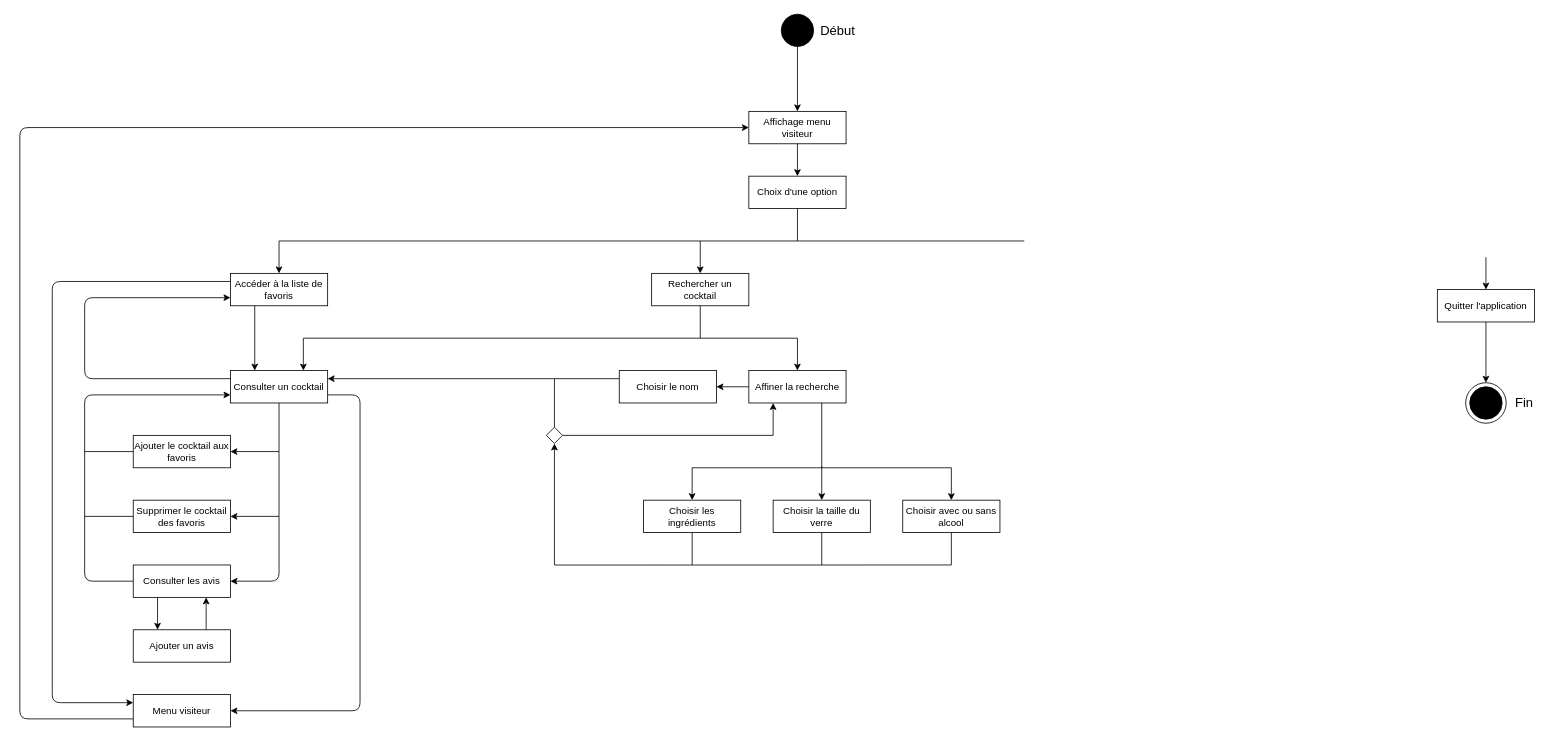
Above: Diagramme d'état du menu utilisateur régulier.drawio in wahib299/ProjetInfo2A (draw.io), before the change. Source tidied: cells renumbered, new cells numbered last; positions are measured from the earlier drawing's top-left corner, leaving out a move shared by most shapes. Both pictures are drawn from the tidied source at 81%, with x=0, y=0 at pixel (19, 14).
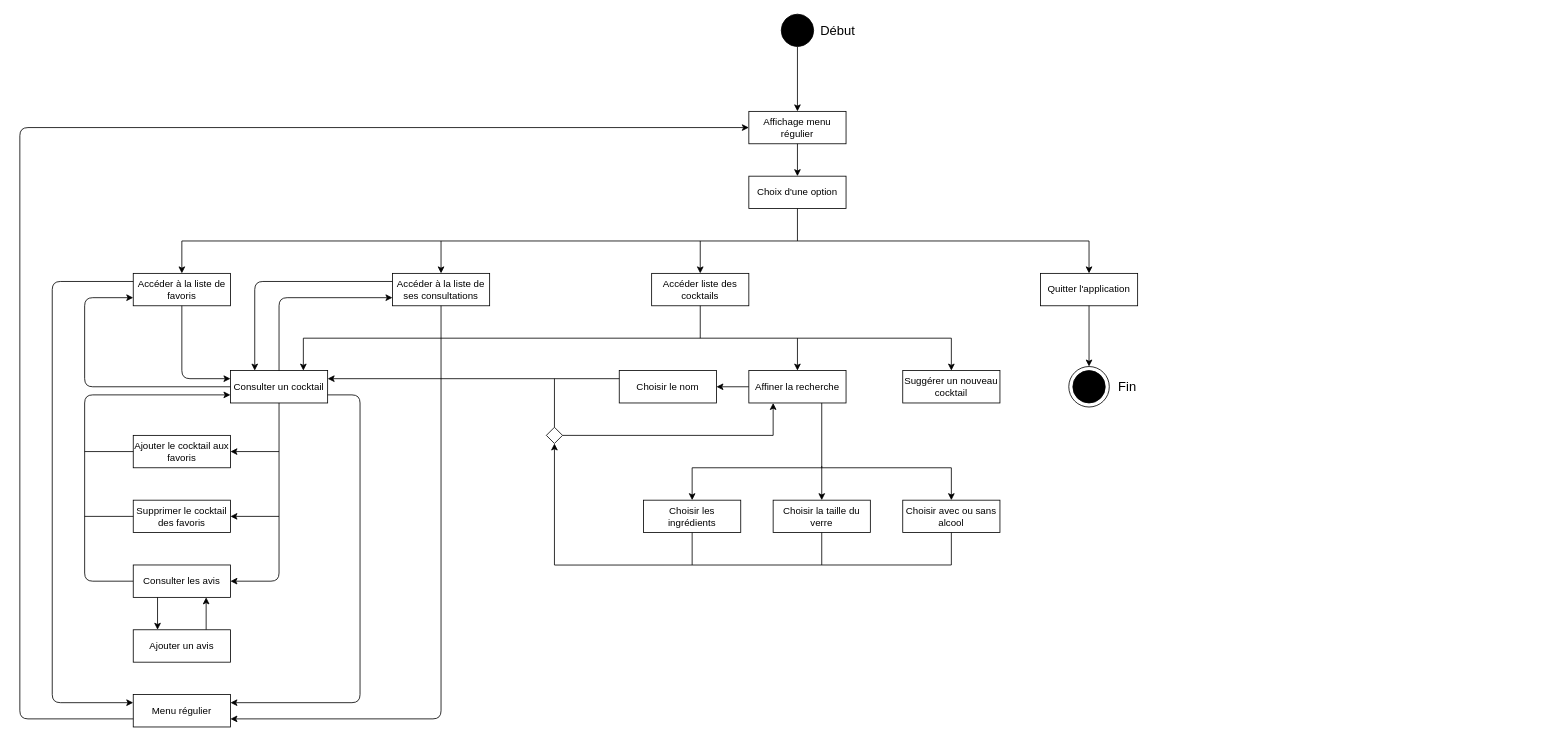
The same diagram, later.

The change refers to these unchanged cells:
```xml
<mxCell id="31" value="Consulter un cocktail" style="rounded=0;whiteSpace=wrap;html=1;fillColor=#FFFFFF;" parent="1" vertex="1">
  <mxGeometry x="260" y="440" width="120" height="40" as="geometry" />
</mxCell>
```

What changed in the source:
```diff
@@
-    <mxCell id="3" value="Affichage menu visiteur" style="rounded=0;whiteSpace=wrap;html=1;fillColor=#FFFFFF;" parent="1" vertex="1">
+    <mxCell id="3" value="Affichage menu régulier" style="rounded=0;whiteSpace=wrap;html=1;fillColor=#FFFFFF;" parent="1" vertex="1">
       <mxGeometry x="900" y="120" width="120" height="40" as="geometry" />
     </mxCell>
     <mxCell id="4" style="endArrow=none;html=1;" parent="1" edge="1">
       <mxGeometry relative="1" as="geometry">
-        <mxPoint x="320" y="280" as="sourcePoint" />
-        <mxPoint x="1240" y="280" as="targetPoint" />
+        <mxPoint x="200" y="280" as="sourcePoint" />
+        <mxPoint x="1320" y="280" as="targetPoint" />
       </mxGeometry>
     </mxCell>
@@
-    <mxCell id="6" value="Rechercher un cocktail" style="rounded=0;whiteSpace=wrap;html=1;fillColor=#FFFFFF;" parent="1" vertex="1">
+    <mxCell id="6" value="Accéder liste des cocktails" style="rounded=0;whiteSpace=wrap;html=1;fillColor=#FFFFFF;" parent="1" vertex="1">
       <mxGeometry x="780" y="320" width="120" height="40" as="geometry" />
     </mxCell>
@@
     <mxCell id="9" value="Quitter l'application" style="rounded=0;whiteSpace=wrap;html=1;fillColor=#FFFFFF;" parent="1" vertex="1">
-      <mxGeometry x="1750" y="340" width="120" height="40" as="geometry" />
+      <mxGeometry x="1260" y="320" width="120" height="40" as="geometry" />
     </mxCell>
     <mxCell id="10" style="endArrow=classic;html=1;entryX=0.5;entryY=0;entryDx=0;entryDy=0;" parent="1" edge="1" target="9">
       <mxGeometry relative="1" as="geometry">
-        <mxPoint x="1810" y="300" as="sourcePoint" />
+        <mxPoint x="1320" y="280" as="sourcePoint" />
       </mxGeometry>
     </mxCell>
     <mxCell id="11" style="ellipse;whiteSpace=wrap;html=1;fillColor=none;" parent="1" vertex="1">
-      <mxGeometry x="1785" y="455" width="50" height="50" as="geometry" />
+      <mxGeometry x="1295" y="435" width="50" height="50" as="geometry" />
     </mxCell>
     <mxCell id="12" style="ellipse;whiteSpace=wrap;html=1;fillColor=#000000;" parent="1" vertex="1">
-      <mxGeometry x="1790" y="460" width="40" height="40" as="geometry" />
+      <mxGeometry x="1300" y="440" width="40" height="40" as="geometry" />
     </mxCell>
@@
     <mxCell id="14" value="&lt;font style=&quot;font-size: 16px&quot;&gt;Fin&lt;/font&gt;" style="text;html=1;strokeColor=none;fillColor=none;align=center;verticalAlign=middle;whiteSpace=wrap;rounded=0;" parent="1" vertex="1">
-      <mxGeometry x="1835" y="470" width="45" height="20" as="geometry" />
+      <mxGeometry x="1345" y="450" width="45" height="20" as="geometry" />
     </mxCell>
@@
     <mxCell id="18" style="endArrow=none;html=1;" parent="1" edge="1">
       <mxGeometry relative="1" as="geometry">
         <mxPoint x="350" y="400" as="sourcePoint" />
-        <mxPoint x="960" y="400" as="targetPoint" />
+        <mxPoint x="1150" y="400" as="targetPoint" />
       </mxGeometry>
     </mxCell>
@@
-    <mxCell id="36" value="Menu visiteur" style="rounded=0;whiteSpace=wrap;html=1;fillColor=#FFFFFF;" parent="1" vertex="1">
+    <mxCell id="36" value="Menu régulier" style="rounded=0;whiteSpace=wrap;html=1;fillColor=#FFFFFF;" parent="1" vertex="1">
       <mxGeometry x="140" y="840" width="120" height="40" as="geometry" />
     </mxCell>
@@
     <mxCell id="46" value="Accéder à la liste de favoris" style="rounded=0;whiteSpace=wrap;html=1;fillColor=#FFFFFF;" parent="1" vertex="1">
-      <mxGeometry x="260" y="320" width="120" height="40" as="geometry" />
+      <mxGeometry x="140" y="320" width="120" height="40" as="geometry" />
     </mxCell>
@@
-    <mxCell id="51" style="endArrow=classic;html=1;entryX=0.25;entryY=0;entryDx=0;entryDy=0;exitX=0.25;exitY=1;exitDx=0;exitDy=0;" parent="1" edge="1" source="46" target="31">
-      <mxGeometry relative="1" as="geometry" />
+    <mxCell id="51" style="endArrow=classic;html=1;entryX=0;entryY=0.25;entryDx=0;entryDy=0;exitX=0.5;exitY=1;exitDx=0;exitDy=0;" parent="1" edge="1" source="46" target="31">
+      <mxGeometry relative="1" as="geometry">
+        <Array as="points">
+          <mxPoint x="200" y="450" />
+        </Array>
+      </mxGeometry>
     </mxCell>
-    <mxCell id="52" style="endArrow=classic;html=1;exitX=0;exitY=0.25;exitDx=0;exitDy=0;entryX=0;entryY=0.75;entryDx=0;entryDy=0;" parent="1" edge="1" source="31" target="46">
+    <mxCell id="52" style="endArrow=classic;html=1;exitX=0;exitY=0.5;exitDx=0;exitDy=0;entryX=0;entryY=0.75;entryDx=0;entryDy=0;" parent="1" edge="1" source="31" target="46">
       <mxGeometry relative="1" as="geometry">
         <Array as="points">
-          <mxPoint x="80" y="450" />
+          <mxPoint x="80" y="460" />
           <mxPoint x="80" y="350" />
         </Array>
       </mxGeometry>
     </mxCell>
@@
-    <mxCell id="59" style="endArrow=classic;html=1;entryX=1;entryY=0.5;entryDx=0;entryDy=0;exitX=1;exitY=0.75;exitDx=0;exitDy=0;" parent="1" edge="1" source="31" target="36">
+    <mxCell id="59" style="endArrow=classic;html=1;entryX=1;entryY=0.25;entryDx=0;entryDy=0;exitX=1;exitY=0.75;exitDx=0;exitDy=0;" parent="1" edge="1" source="31" target="36">
       <mxGeometry relative="1" as="geometry">
         <Array as="points">
           <mxPoint x="420" y="470" />
-          <mxPoint x="420" y="860" />
+          <mxPoint x="420" y="850" />
         </Array>
       </mxGeometry>
     </mxCell>
@@
     <mxCell id="63" style="endArrow=classic;html=1;entryX=0.5;entryY=0;entryDx=0;entryDy=0;" parent="1" edge="1" target="46">
       <mxGeometry relative="1" as="geometry">
-        <mxPoint x="320" y="280" as="sourcePoint" />
+        <mxPoint x="200" y="280" as="sourcePoint" />
       </mxGeometry>
     </mxCell>
+    <mxCell id="64" value="Suggérer un nouveau cocktail" style="rounded=0;whiteSpace=wrap;html=1;fillColor=#FFFFFF;" parent="1" vertex="1">
+      <mxGeometry x="1090" y="440" width="120" height="40" as="geometry" />
+    </mxCell>
+    <mxCell id="65" style="endArrow=classic;html=1;entryX=0.5;entryY=0;entryDx=0;entryDy=0;" parent="1" edge="1" target="64">
+      <mxGeometry relative="1" as="geometry">
+        <mxPoint x="1150" y="400" as="sourcePoint" />
+      </mxGeometry>
+    </mxCell>
+    <mxCell id="66" value="Accéder à la liste de ses consultations" style="rounded=0;whiteSpace=wrap;html=1;fillColor=#FFFFFF;" parent="1" vertex="1">
+      <mxGeometry x="460" y="320" width="120" height="40" as="geometry" />
+    </mxCell>
+    <mxCell id="67" style="endArrow=classic;html=1;entryX=0.5;entryY=0;entryDx=0;entryDy=0;" parent="1" edge="1" target="66">
+      <mxGeometry relative="1" as="geometry">
+        <mxPoint x="520" y="280" as="sourcePoint" />
+      </mxGeometry>
+    </mxCell>
+    <mxCell id="68" style="endArrow=classic;html=1;exitX=0;exitY=0.25;exitDx=0;exitDy=0;entryX=0.25;entryY=0;entryDx=0;entryDy=0;" parent="1" edge="1" source="66" target="31">
+      <mxGeometry relative="1" as="geometry">
+        <Array as="points">
+          <mxPoint x="290" y="330" />
+        </Array>
+      </mxGeometry>
+    </mxCell>
+    <mxCell id="69" style="endArrow=classic;html=1;entryX=0;entryY=0.75;entryDx=0;entryDy=0;exitX=0.5;exitY=0;exitDx=0;exitDy=0;" parent="1" edge="1" source="31" target="66">
+      <mxGeometry relative="1" as="geometry">
+        <Array as="points">
+          <mxPoint x="320" y="350" />
+        </Array>
+      </mxGeometry>
+    </mxCell>
+    <mxCell id="70" style="endArrow=classic;html=1;entryX=1;entryY=0.75;entryDx=0;entryDy=0;exitX=0.5;exitY=1;exitDx=0;exitDy=0;" parent="1" edge="1" source="66" target="36">
+      <mxGeometry relative="1" as="geometry">
+        <Array as="points">
+          <mxPoint x="520" y="870" />
+        </Array>
+      </mxGeometry>
+    </mxCell>
```
